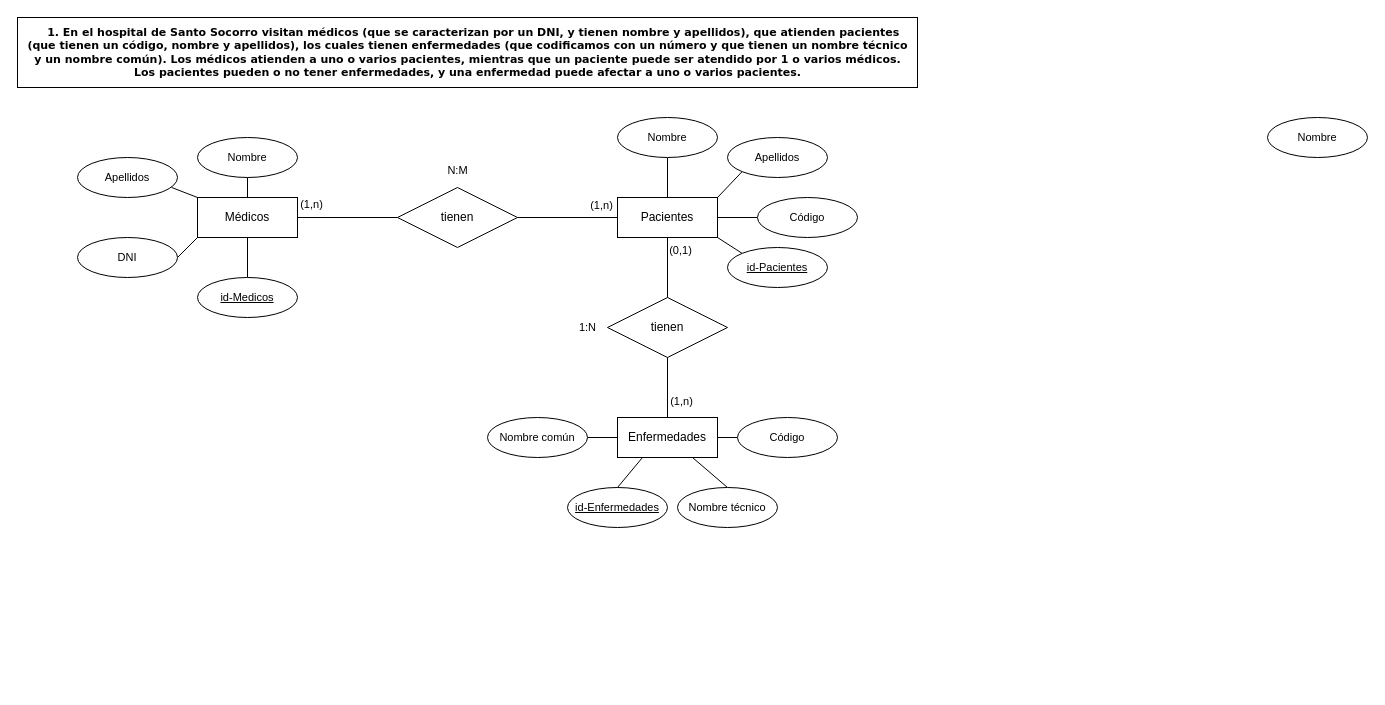
Maek0s/1DAM_Databases keeps this draw.io diagram as page "Actividad 1" (1 of 6) of ExtraEER_MarcosZahonero.drawio. Above is the earlier version. Source tidied: cells renumbered, new cells numbered last; positions are measured from the earlier drawing's top-left corner, leaving out a move shared by most shapes. Both pictures are drawn from the tidied source at 100%, with x=0, y=0 at pixel (17, 17).
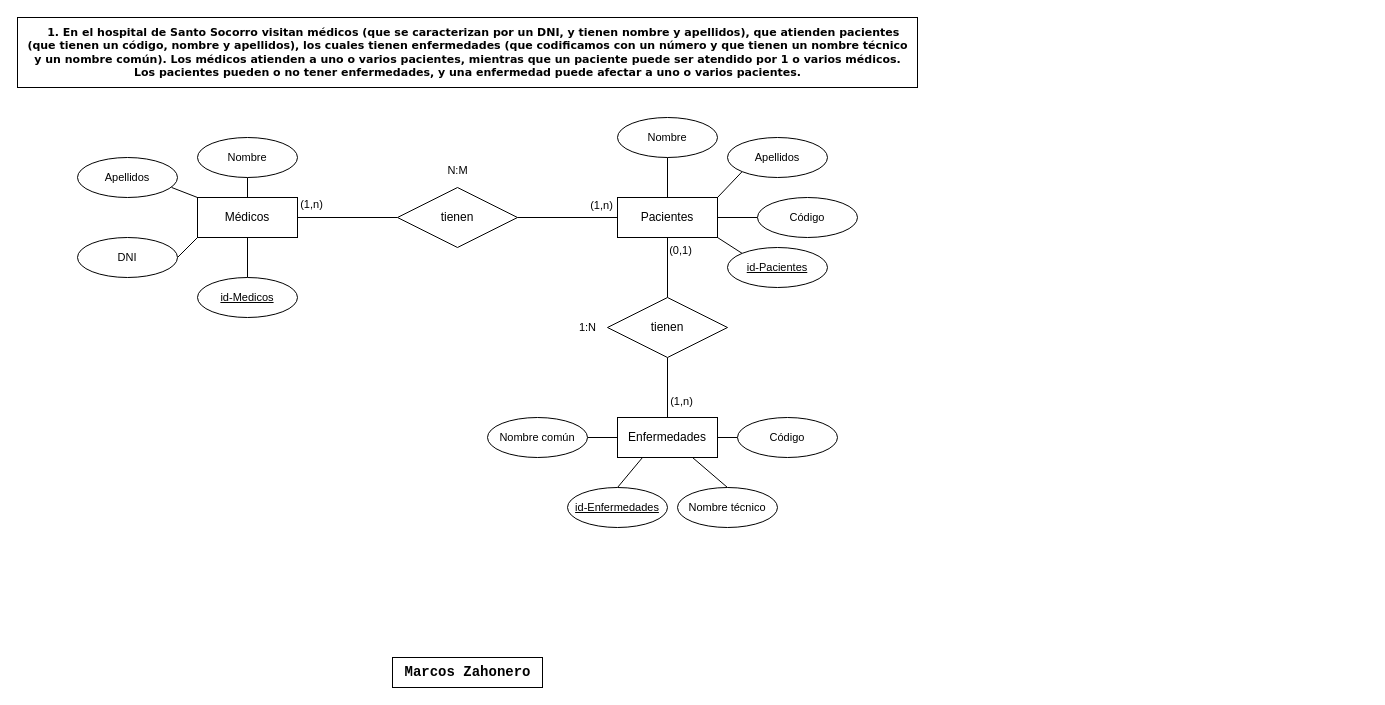
After the change.

What changed in the source:
```diff
@@
-    <mxCell id="27" value="Nombre" style="ellipse;whiteSpace=wrap;html=1;align=center;fontFamily=Helvetica;fontSize=11;fontColor=default;" parent="1" vertex="1">
-      <mxGeometry x="1250" y="100" width="100" height="40" as="geometry" />
-    </mxCell>
@@
+    <mxCell id="43" value="&lt;b&gt;&lt;font style=&quot;font-size: 14px;&quot; face=&quot;Courier New&quot;&gt;Marcos Zahonero&lt;/font&gt;&lt;/b&gt;" style="text;html=1;align=center;verticalAlign=middle;strokeColor=default;fillColor=default;fontSize=11;fontFamily=Helvetica;fontColor=default;" parent="1" vertex="1">
+      <mxGeometry x="375" y="640" width="150" height="30" as="geometry" />
+    </mxCell>
```
